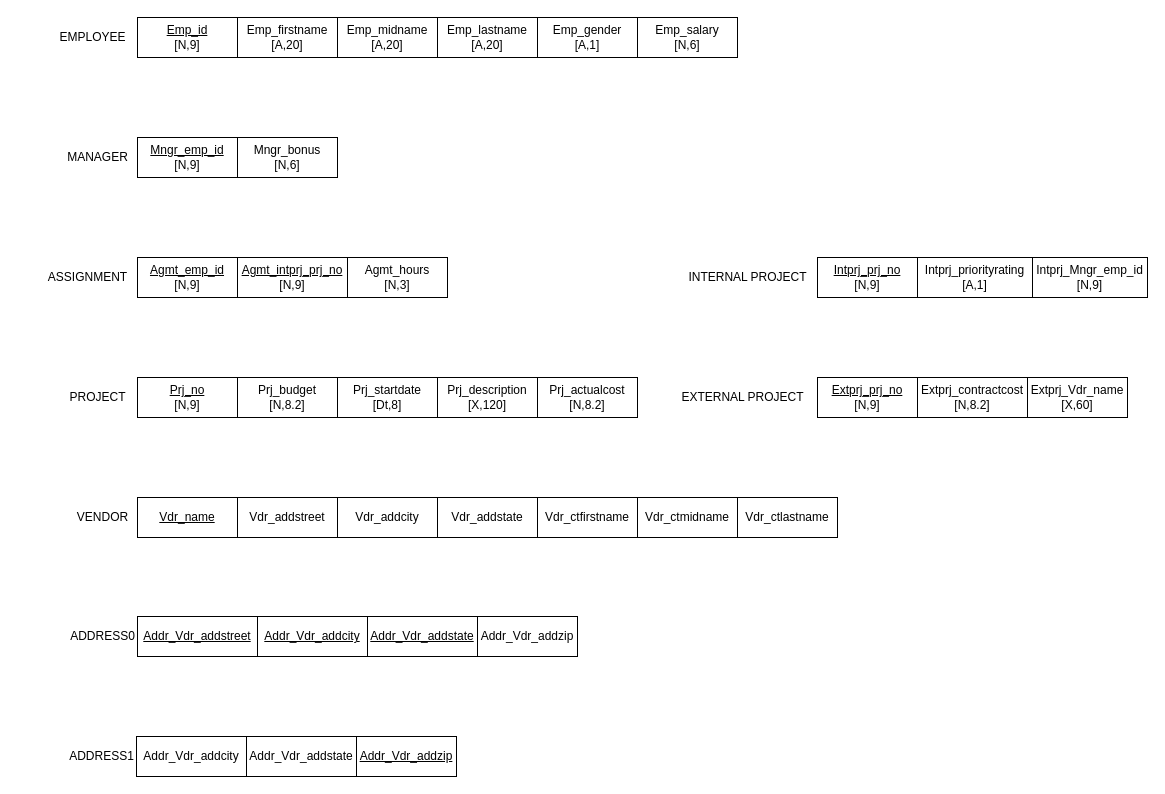
Above: isd_v1.drawio in LarryChenCode/IS7020_diagrams (draw.io), before the change. Source tidied: cells renumbered, new cells numbered last; positions are measured from the earlier drawing's top-left corner, leaving out a move shared by most shapes. Both pictures are drawn from the tidied source at 100%, with x=0, y=0 at pixel (37, 17).
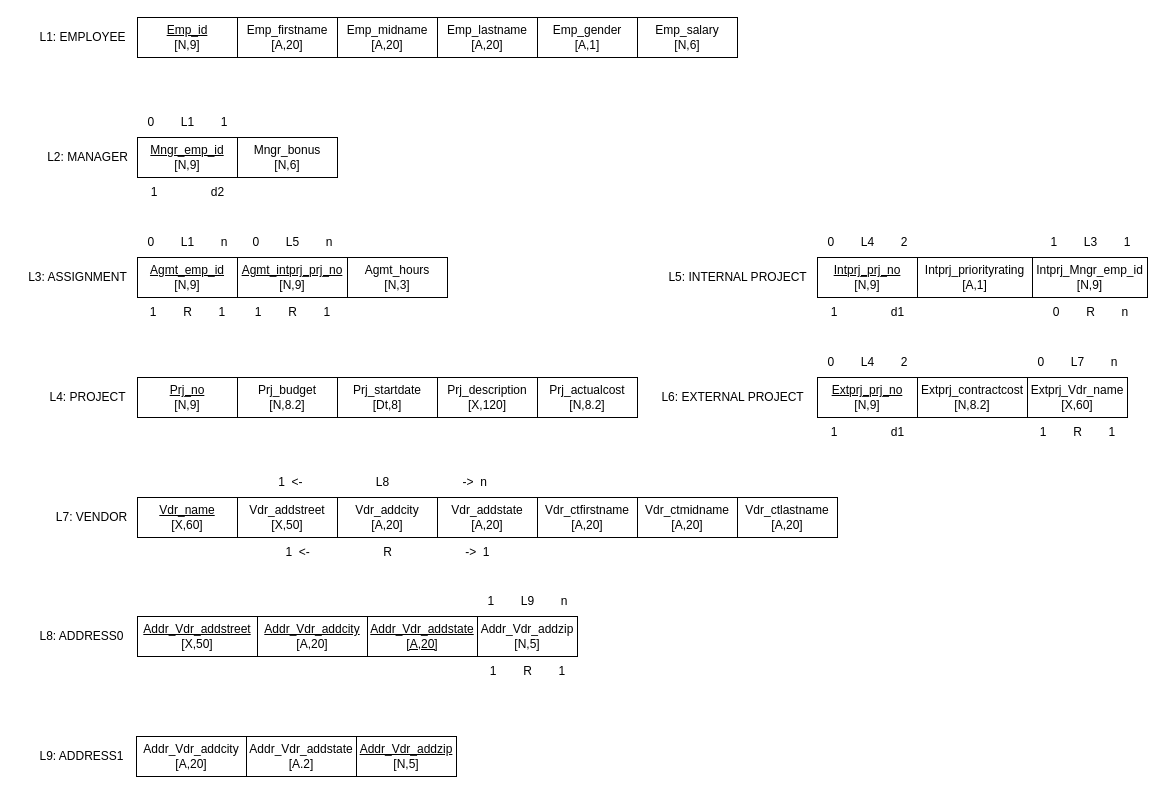
The same diagram, later.

Change to the diagram source:
```diff
@@
-    <mxCell id="2" value="EMPLOYEE" style="text;html=1;align=center;verticalAlign=middle;strokeColor=none;fillColor=none;" parent="1" vertex="1">
-      <mxGeometry x="10" y="5" width="90" height="30" as="geometry" />
+    <mxCell id="2" value="L1: EMPLOYEE" style="text;html=1;align=center;verticalAlign=middle;strokeColor=none;fillColor=none;" parent="1" vertex="1">
+      <mxGeometry x="-10" y="5" width="110" height="30" as="geometry" />
     </mxCell>
@@
-    <mxCell id="7" value="MANAGER" style="text;html=1;align=center;verticalAlign=middle;strokeColor=none;fillColor=none;" parent="1" vertex="1">
-      <mxGeometry x="20" y="125" width="80" height="30" as="geometry" />
+    <mxCell id="7" value="L2: MANAGER" style="text;html=1;align=center;verticalAlign=middle;strokeColor=none;fillColor=none;" parent="1" vertex="1">
+      <mxGeometry y="125" width="100" height="30" as="geometry" />
     </mxCell>
@@
-    <mxCell id="10" value="ASSIGNMENT" style="text;html=1;align=center;verticalAlign=middle;strokeColor=none;fillColor=none;" parent="1" vertex="1">
-      <mxGeometry y="245" width="100" height="30" as="geometry" />
+    <mxCell id="10" value="L3: ASSIGNMENT" style="text;html=1;align=center;verticalAlign=middle;strokeColor=none;fillColor=none;" parent="1" vertex="1">
+      <mxGeometry x="-20" y="245" width="120" height="30" as="geometry" />
     </mxCell>
@@
-    <mxCell id="14" value="INTERNAL PROJECT" style="text;html=1;align=center;verticalAlign=middle;strokeColor=none;fillColor=none;" parent="1" vertex="1">
-      <mxGeometry x="640" y="245" width="140" height="30" as="geometry" />
+    <mxCell id="14" value="L5: INTERNAL PROJECT" style="text;html=1;align=center;verticalAlign=middle;strokeColor=none;fillColor=none;" parent="1" vertex="1">
+      <mxGeometry x="620" y="245" width="160" height="30" as="geometry" />
     </mxCell>
@@
-    <mxCell id="16" value="EXTERNAL PROJECT" style="text;html=1;align=center;verticalAlign=middle;strokeColor=none;fillColor=none;" parent="1" vertex="1">
-      <mxGeometry x="630" y="365" width="150" height="30" as="geometry" />
+    <mxCell id="16" value="L6: EXTERNAL PROJECT" style="text;html=1;align=center;verticalAlign=middle;strokeColor=none;fillColor=none;" parent="1" vertex="1">
+      <mxGeometry x="610" y="365" width="170" height="30" as="geometry" />
     </mxCell>
@@
-    <mxCell id="18" value="PROJECT" style="text;html=1;align=center;verticalAlign=middle;strokeColor=none;fillColor=none;" parent="1" vertex="1">
-      <mxGeometry x="20" y="365" width="80" height="30" as="geometry" />
+    <mxCell id="18" value="L4: PROJECT" style="text;html=1;align=center;verticalAlign=middle;strokeColor=none;fillColor=none;" parent="1" vertex="1">
+      <mxGeometry y="365" width="100" height="30" as="geometry" />
     </mxCell>
@@
-    <mxCell id="28" value="VENDOR" style="text;html=1;align=center;verticalAlign=middle;strokeColor=none;fillColor=none;" parent="1" vertex="1">
-      <mxGeometry x="30" y="485" width="70" height="30" as="geometry" />
+    <mxCell id="28" value="L7: VENDOR" style="text;html=1;align=center;verticalAlign=middle;strokeColor=none;fillColor=none;" parent="1" vertex="1">
+      <mxGeometry x="9" y="485" width="90" height="30" as="geometry" />
     </mxCell>
-    <mxCell id="29" value="&lt;u&gt;Vdr_name&lt;/u&gt;" style="whiteSpace=wrap;html=1;align=center;" parent="1" vertex="1">
+    <mxCell id="29" value="&lt;u&gt;Vdr_name&lt;/u&gt;&lt;div&gt;[X,60]&lt;/div&gt;" style="whiteSpace=wrap;html=1;align=center;" parent="1" vertex="1">
       <mxGeometry x="100" y="480" width="100" height="40" as="geometry" />
     </mxCell>
-    <mxCell id="30" value="Vdr_addstreet" style="whiteSpace=wrap;html=1;align=center;" parent="1" vertex="1">
+    <mxCell id="30" value="Vdr_addstreet&lt;div&gt;[X,50]&lt;/div&gt;" style="whiteSpace=wrap;html=1;align=center;" parent="1" vertex="1">
       <mxGeometry x="200" y="480" width="100" height="40" as="geometry" />
     </mxCell>
-    <mxCell id="31" value="Vdr_addcity" style="whiteSpace=wrap;html=1;align=center;" parent="1" vertex="1">
+    <mxCell id="31" value="Vdr_addcity&lt;div&gt;[A,20]&lt;/div&gt;" style="whiteSpace=wrap;html=1;align=center;" parent="1" vertex="1">
       <mxGeometry x="300" y="480" width="100" height="40" as="geometry" />
     </mxCell>
-    <mxCell id="32" value="Vdr_addstate" style="whiteSpace=wrap;html=1;align=center;" parent="1" vertex="1">
+    <mxCell id="32" value="Vdr_addstate&lt;div&gt;[A,20]&lt;/div&gt;" style="whiteSpace=wrap;html=1;align=center;" parent="1" vertex="1">
       <mxGeometry x="400" y="480" width="100" height="40" as="geometry" />
     </mxCell>
-    <mxCell id="33" value="Vdr_ctfirstname" style="whiteSpace=wrap;html=1;align=center;" parent="1" vertex="1">
+    <mxCell id="33" value="Vdr_ctfirstname&lt;div&gt;[A,20]&lt;/div&gt;" style="whiteSpace=wrap;html=1;align=center;" parent="1" vertex="1">
       <mxGeometry x="500" y="480" width="100" height="40" as="geometry" />
     </mxCell>
-    <mxCell id="34" value="Vdr_ctmidname" style="whiteSpace=wrap;html=1;align=center;" parent="1" vertex="1">
+    <mxCell id="34" value="Vdr_ctmidname&lt;div&gt;[A,20]&lt;br&gt;&lt;/div&gt;" style="whiteSpace=wrap;html=1;align=center;" parent="1" vertex="1">
       <mxGeometry x="600" y="480" width="100" height="40" as="geometry" />
     </mxCell>
-    <mxCell id="35" value="Vdr_ctlastname" style="whiteSpace=wrap;html=1;align=center;" parent="1" vertex="1">
+    <mxCell id="35" value="Vdr_ctlastname&lt;div&gt;[A,20]&lt;br&gt;&lt;/div&gt;" style="whiteSpace=wrap;html=1;align=center;" parent="1" vertex="1">
       <mxGeometry x="700" y="480" width="100" height="40" as="geometry" />
     </mxCell>
-    <mxCell id="36" value="ADDRESS1" style="text;html=1;align=center;verticalAlign=middle;strokeColor=none;fillColor=none;" parent="1" vertex="1">
-      <mxGeometry x="19" y="724" width="90" height="30" as="geometry" />
+    <mxCell id="36" value="L9: ADDRESS1" style="text;html=1;align=center;verticalAlign=middle;strokeColor=none;fillColor=none;" parent="1" vertex="1">
+      <mxGeometry x="-11" y="724" width="110" height="30" as="geometry" />
     </mxCell>
-    <mxCell id="37" value="Addr_Vdr_addcity" style="whiteSpace=wrap;html=1;align=center;" parent="1" vertex="1">
+    <mxCell id="37" value="Addr_Vdr_addcity&lt;div&gt;[A,20]&lt;/div&gt;" style="whiteSpace=wrap;html=1;align=center;" parent="1" vertex="1">
       <mxGeometry x="99" y="719" width="110" height="40" as="geometry" />
     </mxCell>
-    <mxCell id="38" value="Addr_Vdr_addstate" style="whiteSpace=wrap;html=1;align=center;" parent="1" vertex="1">
+    <mxCell id="38" value="Addr_Vdr_addstate&lt;div&gt;[A.2]&lt;/div&gt;" style="whiteSpace=wrap;html=1;align=center;" parent="1" vertex="1">
       <mxGeometry x="209" y="719" width="110" height="40" as="geometry" />
     </mxCell>
-    <mxCell id="39" value="&lt;u&gt;Addr_Vdr_addzip&lt;/u&gt;" style="whiteSpace=wrap;html=1;align=center;" parent="1" vertex="1">
+    <mxCell id="39" value="&lt;u&gt;Addr_Vdr_addzip&lt;/u&gt;&lt;div&gt;[N,5]&lt;/div&gt;" style="whiteSpace=wrap;html=1;align=center;" parent="1" vertex="1">
       <mxGeometry x="319" y="719" width="100" height="40" as="geometry" />
     </mxCell>
-    <mxCell id="40" value="ADDRESS0" style="text;html=1;align=center;verticalAlign=middle;strokeColor=none;fillColor=none;" parent="1" vertex="1">
-      <mxGeometry x="20" y="604" width="90" height="30" as="geometry" />
+    <mxCell id="40" value="L8: ADDRESS0" style="text;html=1;align=center;verticalAlign=middle;strokeColor=none;fillColor=none;" parent="1" vertex="1">
+      <mxGeometry x="-11" y="604" width="110" height="30" as="geometry" />
     </mxCell>
-    <mxCell id="41" value="&lt;u&gt;Addr_Vdr_addstreet&lt;/u&gt;" style="whiteSpace=wrap;html=1;align=center;" parent="1" vertex="1">
+    <mxCell id="41" value="&lt;u&gt;Addr_Vdr_addstreet&lt;/u&gt;&lt;div&gt;[X,50]&lt;/div&gt;" style="whiteSpace=wrap;html=1;align=center;" parent="1" vertex="1">
       <mxGeometry x="100" y="599" width="120" height="40" as="geometry" />
     </mxCell>
-    <mxCell id="42" value="&lt;u&gt;Addr_Vdr_addcity&lt;/u&gt;" style="whiteSpace=wrap;html=1;align=center;" parent="1" vertex="1">
+    <mxCell id="42" value="&lt;u&gt;Addr_Vdr_addcity&lt;/u&gt;&lt;div&gt;[A,20]&lt;/div&gt;" style="whiteSpace=wrap;html=1;align=center;" parent="1" vertex="1">
       <mxGeometry x="220" y="599" width="110" height="40" as="geometry" />
     </mxCell>
-    <mxCell id="43" value="&lt;u&gt;Addr_Vdr_addstate&lt;/u&gt;" style="whiteSpace=wrap;html=1;align=center;" parent="1" vertex="1">
+    <mxCell id="43" value="&lt;u&gt;Addr_Vdr_addstate&lt;/u&gt;&lt;div&gt;&lt;u&gt;[A,20]&lt;/u&gt;&lt;/div&gt;" style="whiteSpace=wrap;html=1;align=center;" parent="1" vertex="1">
       <mxGeometry x="330" y="599" width="110" height="40" as="geometry" />
     </mxCell>
-    <mxCell id="44" value="Addr_Vdr_addzip" style="whiteSpace=wrap;html=1;align=center;" parent="1" vertex="1">
+    <mxCell id="44" value="Addr_Vdr_addzip&lt;div&gt;[N,5]&lt;/div&gt;" style="whiteSpace=wrap;html=1;align=center;" parent="1" vertex="1">
       <mxGeometry x="440" y="599" width="100" height="40" as="geometry" />
     </mxCell>
@@
+    <mxCell id="47" value="1&amp;nbsp; &amp;nbsp; &amp;nbsp; &amp;nbsp; &amp;nbsp; &amp;nbsp; &amp;nbsp; &amp;nbsp; d2" style="text;html=1;align=center;verticalAlign=middle;strokeColor=none;fillColor=none;" parent="1" vertex="1">
+      <mxGeometry x="100" y="160" width="100" height="30" as="geometry" />
+    </mxCell>
+    <mxCell id="48" value="0&amp;nbsp; &amp;nbsp; &amp;nbsp; &amp;nbsp;&amp;nbsp;L1&amp;nbsp; &amp;nbsp; &amp;nbsp; &amp;nbsp; 1" style="text;html=1;align=center;verticalAlign=middle;strokeColor=none;fillColor=none;" parent="1" vertex="1">
+      <mxGeometry x="100" y="90" width="100" height="30" as="geometry" />
+    </mxCell>
+    <mxCell id="49" value="0&amp;nbsp; &amp;nbsp; &amp;nbsp; &amp;nbsp;&amp;nbsp;L1&amp;nbsp; &amp;nbsp; &amp;nbsp; &amp;nbsp; n" style="text;html=1;align=center;verticalAlign=middle;strokeColor=none;fillColor=none;" parent="1" vertex="1">
+      <mxGeometry x="100" y="210" width="100" height="30" as="geometry" />
+    </mxCell>
+    <mxCell id="50" value="1&amp;nbsp; &amp;nbsp; &amp;nbsp; &amp;nbsp;&amp;nbsp;R&amp;nbsp; &amp;nbsp; &amp;nbsp; &amp;nbsp; 1" style="text;html=1;align=center;verticalAlign=middle;strokeColor=none;fillColor=none;" parent="1" vertex="1">
+      <mxGeometry x="100" y="280" width="100" height="30" as="geometry" />
+    </mxCell>
+    <mxCell id="51" value="1&amp;nbsp; &amp;nbsp; &amp;nbsp; &amp;nbsp; &amp;nbsp; &amp;nbsp; &amp;nbsp; &amp;nbsp; d1" style="text;html=1;align=center;verticalAlign=middle;strokeColor=none;fillColor=none;" parent="1" vertex="1">
+      <mxGeometry x="780" y="280" width="100" height="30" as="geometry" />
+    </mxCell>
+    <mxCell id="52" value="1&amp;nbsp; &amp;nbsp; &amp;nbsp; &amp;nbsp; &amp;nbsp; &amp;nbsp; &amp;nbsp; &amp;nbsp; d1" style="text;html=1;align=center;verticalAlign=middle;strokeColor=none;fillColor=none;" parent="1" vertex="1">
+      <mxGeometry x="780" y="400" width="100" height="30" as="geometry" />
+    </mxCell>
+    <mxCell id="53" value="0&amp;nbsp; &amp;nbsp; &amp;nbsp; &amp;nbsp;&amp;nbsp;L4&amp;nbsp; &amp;nbsp; &amp;nbsp; &amp;nbsp; 2" style="text;html=1;align=center;verticalAlign=middle;strokeColor=none;fillColor=none;" parent="1" vertex="1">
+      <mxGeometry x="780" y="210" width="100" height="30" as="geometry" />
+    </mxCell>
+    <mxCell id="54" value="0&amp;nbsp; &amp;nbsp; &amp;nbsp; &amp;nbsp;&amp;nbsp;L4&amp;nbsp; &amp;nbsp; &amp;nbsp; &amp;nbsp; 2" style="text;html=1;align=center;verticalAlign=middle;strokeColor=none;fillColor=none;" parent="1" vertex="1">
+      <mxGeometry x="780" y="330" width="100" height="30" as="geometry" />
+    </mxCell>
+    <mxCell id="55" value="1&amp;nbsp; &amp;nbsp; &amp;nbsp; &amp;nbsp;&amp;nbsp;R&amp;nbsp; &amp;nbsp; &amp;nbsp; &amp;nbsp; 1" style="text;html=1;align=center;verticalAlign=middle;strokeColor=none;fillColor=none;" parent="1" vertex="1">
+      <mxGeometry x="205" y="280" width="100" height="30" as="geometry" />
+    </mxCell>
+    <mxCell id="56" value="0&amp;nbsp; &amp;nbsp; &amp;nbsp; &amp;nbsp;&amp;nbsp;L5&amp;nbsp; &amp;nbsp; &amp;nbsp; &amp;nbsp; n" style="text;html=1;align=center;verticalAlign=middle;strokeColor=none;fillColor=none;" parent="1" vertex="1">
+      <mxGeometry x="205" y="210" width="100" height="30" as="geometry" />
+    </mxCell>
+    <mxCell id="57" value="1&amp;nbsp; &amp;nbsp; &amp;nbsp; &amp;nbsp; L9&amp;nbsp; &amp;nbsp; &amp;nbsp; &amp;nbsp; n" style="text;html=1;align=center;verticalAlign=middle;strokeColor=none;fillColor=none;" parent="1" vertex="1">
+      <mxGeometry x="440" y="569" width="100" height="30" as="geometry" />
+    </mxCell>
+    <mxCell id="58" value="1&amp;nbsp; &amp;nbsp; &amp;nbsp; &amp;nbsp;&amp;nbsp;R&amp;nbsp; &amp;nbsp; &amp;nbsp; &amp;nbsp; 1" style="text;html=1;align=center;verticalAlign=middle;strokeColor=none;fillColor=none;" parent="1" vertex="1">
+      <mxGeometry x="440" y="639" width="100" height="30" as="geometry" />
+    </mxCell>
+    <mxCell id="59" value="1&amp;nbsp; &amp;lt;-&amp;nbsp; &amp;nbsp; &amp;nbsp; &amp;nbsp; &amp;nbsp; &amp;nbsp; &amp;nbsp; &amp;nbsp; &amp;nbsp; &amp;nbsp; &amp;nbsp; L8&amp;nbsp; &amp;nbsp; &amp;nbsp; &amp;nbsp; &amp;nbsp; &amp;nbsp; &amp;nbsp; &amp;nbsp; &amp;nbsp; &amp;nbsp; &amp;nbsp; -&amp;gt;&amp;nbsp; n" style="text;html=1;align=center;verticalAlign=middle;strokeColor=none;fillColor=none;" parent="1" vertex="1">
+      <mxGeometry x="230" y="450" width="230" height="30" as="geometry" />
+    </mxCell>
+    <mxCell id="60" value="1&amp;nbsp; &amp;lt;-&amp;nbsp; &amp;nbsp; &amp;nbsp; &amp;nbsp; &amp;nbsp; &amp;nbsp; &amp;nbsp; &amp;nbsp; &amp;nbsp; &amp;nbsp; &amp;nbsp; R&amp;nbsp; &amp;nbsp; &amp;nbsp; &amp;nbsp; &amp;nbsp; &amp;nbsp; &amp;nbsp; &amp;nbsp; &amp;nbsp; &amp;nbsp; &amp;nbsp; -&amp;gt;&amp;nbsp; 1" style="text;html=1;align=center;verticalAlign=middle;strokeColor=none;fillColor=none;" parent="1" vertex="1">
+      <mxGeometry x="235" y="520" width="230" height="30" as="geometry" />
+    </mxCell>
+    <mxCell id="61" value="1&amp;nbsp; &amp;nbsp; &amp;nbsp; &amp;nbsp;&amp;nbsp;R&amp;nbsp; &amp;nbsp; &amp;nbsp; &amp;nbsp; 1" style="text;html=1;align=center;verticalAlign=middle;strokeColor=none;fillColor=none;" parent="1" vertex="1">
+      <mxGeometry x="990" y="400" width="100" height="30" as="geometry" />
+    </mxCell>
+    <mxCell id="62" value="0&amp;nbsp; &amp;nbsp; &amp;nbsp; &amp;nbsp;&amp;nbsp;L7&amp;nbsp; &amp;nbsp; &amp;nbsp; &amp;nbsp; n" style="text;html=1;align=center;verticalAlign=middle;strokeColor=none;fillColor=none;" parent="1" vertex="1">
+      <mxGeometry x="990" y="330" width="100" height="30" as="geometry" />
+    </mxCell>
+    <mxCell id="63" value="0&amp;nbsp; &amp;nbsp; &amp;nbsp; &amp;nbsp; R&amp;nbsp; &amp;nbsp; &amp;nbsp; &amp;nbsp; n" style="text;html=1;align=center;verticalAlign=middle;strokeColor=none;fillColor=none;" parent="1" vertex="1">
+      <mxGeometry x="1002.5" y="280" width="100" height="30" as="geometry" />
+    </mxCell>
+    <mxCell id="64" value="1&amp;nbsp; &amp;nbsp; &amp;nbsp; &amp;nbsp; L3&amp;nbsp; &amp;nbsp; &amp;nbsp; &amp;nbsp; 1" style="text;html=1;align=center;verticalAlign=middle;strokeColor=none;fillColor=none;" parent="1" vertex="1">
+      <mxGeometry x="1002.5" y="210" width="100" height="30" as="geometry" />
+    </mxCell>
```
